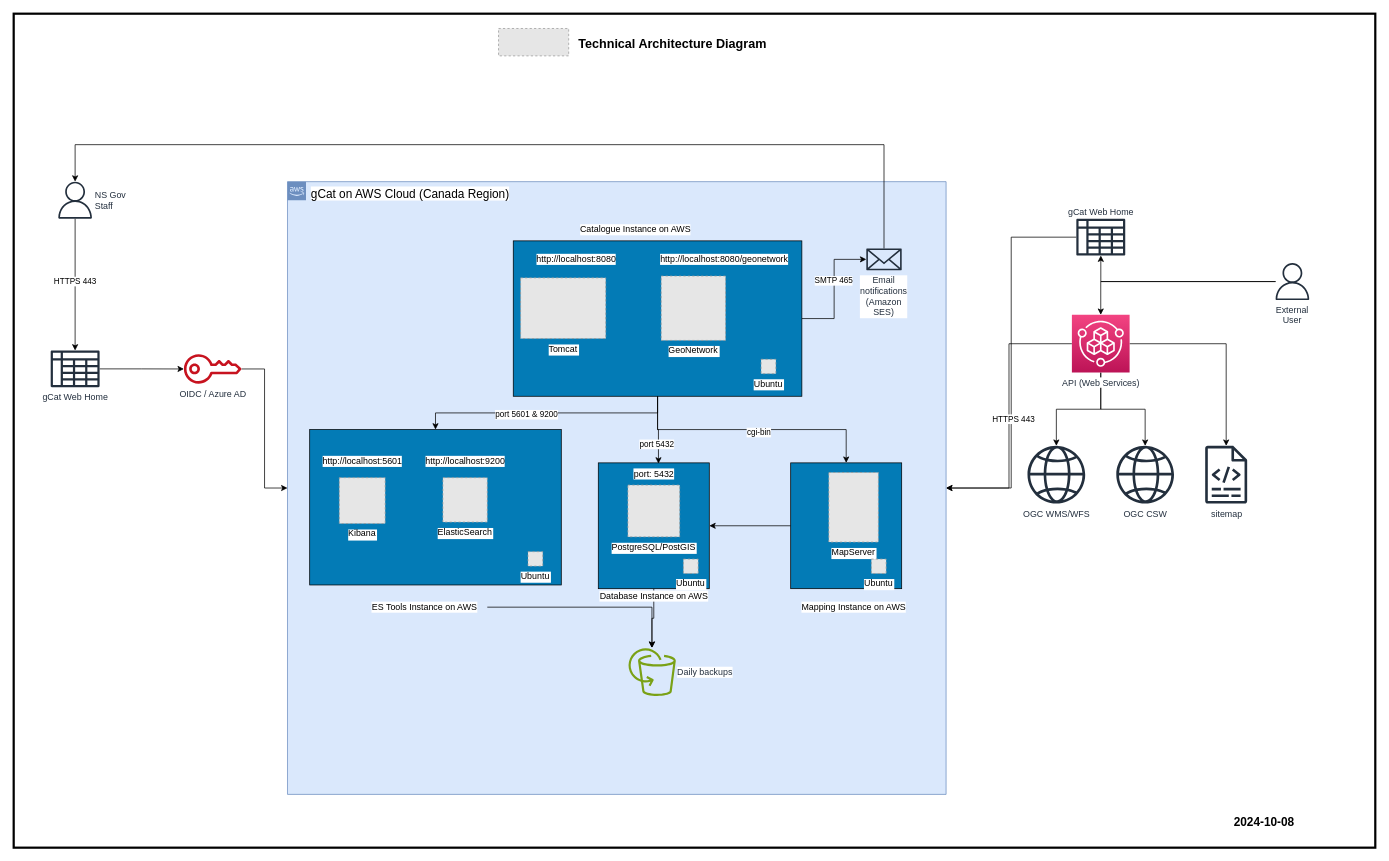
GatewayGeo/gCat keeps this draw.io diagram as docs/architecture-diagrams/gCat-Technical-Architecture.drawio. Above is the earlier version. Source tidied: cells renumbered, new cells numbered last; positions are measured from the earlier drawing's top-left corner, leaving out a move shared by most shapes. Both pictures are drawn from the tidied source at 74%, with x=0, y=0 at pixel (13, 13). Pictures stored in the file or linked from it are replaced by grey dashed boxes.
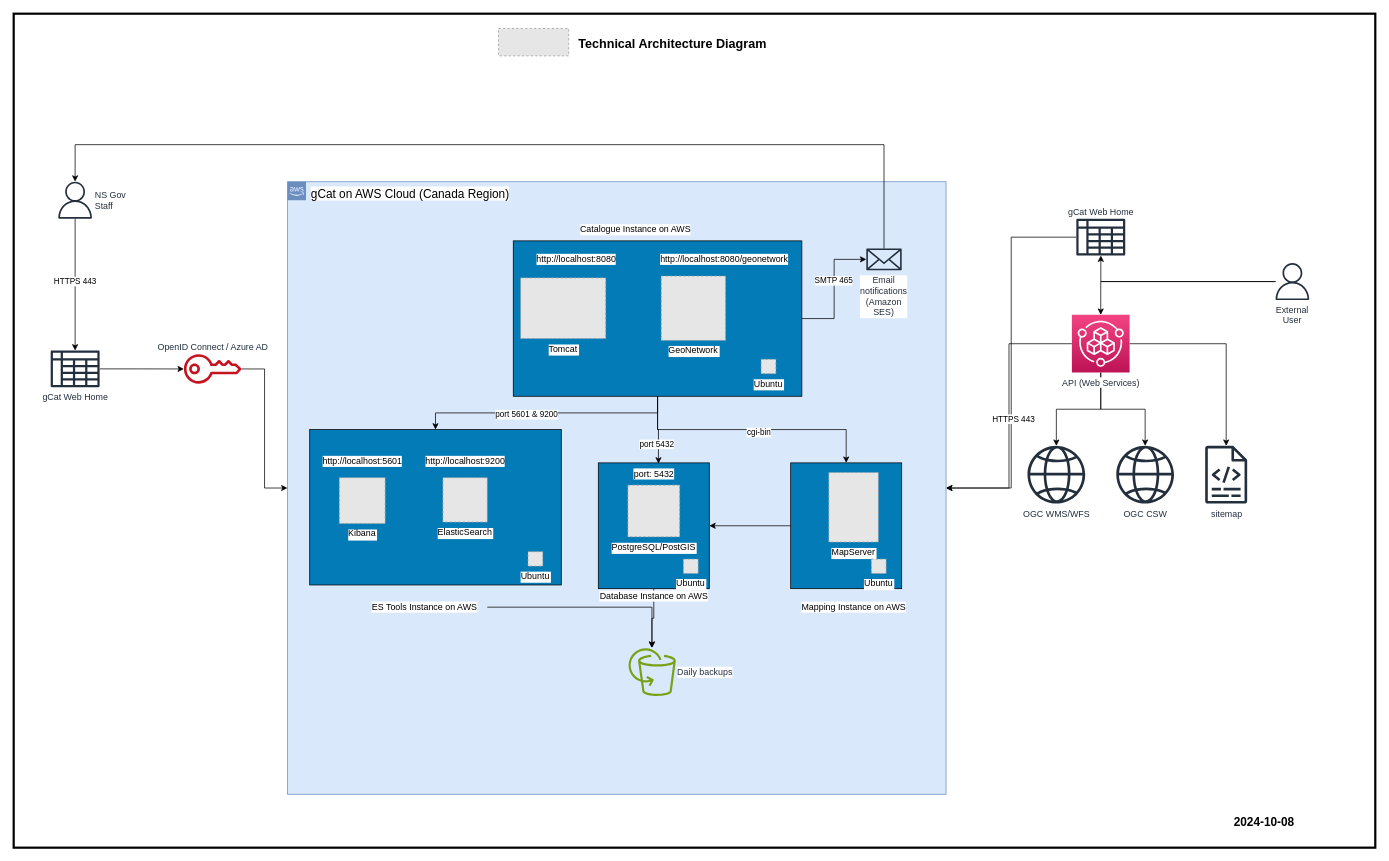
Above is the later version.

Commit message (it also covers changes not shown here):
add Architecture diagrams

Diff of the diagram source:
```diff
@@
-    <mxCell id="47" value="OIDC / Azure AD" style="outlineConnect=0;fontColor=#232F3E;gradientColor=none;fillColor=#C7131F;strokeColor=none;dashed=0;verticalLabelPosition=bottom;verticalAlign=top;align=center;html=1;fontSize=12;fontStyle=0;shape=mxgraph.aws4.addon;labelBackgroundColor=#ffffff;" parent="1" vertex="1">
+    <mxCell id="47" value="OpenID Connect / Azure AD" style="outlineConnect=0;fontColor=#232F3E;gradientColor=none;fillColor=#C7131F;strokeColor=none;dashed=0;verticalLabelPosition=top;verticalAlign=bottom;align=center;html=1;fontSize=12;fontStyle=0;shape=mxgraph.aws4.addon;labelBackgroundColor=#ffffff;labelPosition=center;" parent="1" vertex="1">
       <mxGeometry x="230" y="460" width="78" height="40" as="geometry" />
     </mxCell>
```
